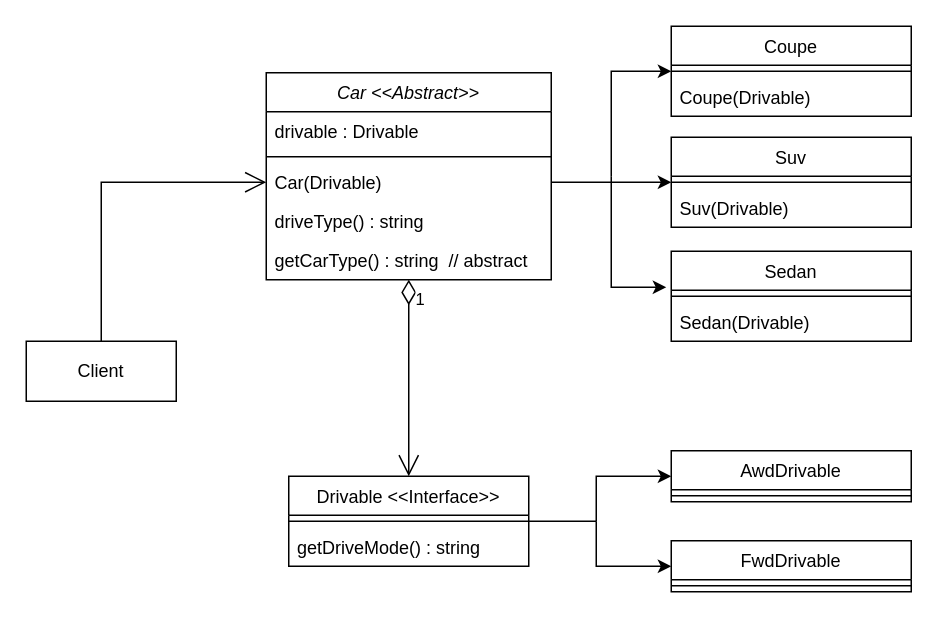
Earlier version of the draw.io diagram umls/Bridge.drawio (rishabmamgai/LLD). Source tidied: cells renumbered, new cells numbered last; positions are measured from the earlier drawing's top-left corner, leaving out a move shared by most shapes. Both pictures are drawn from the tidied source at 150%, with x=0, y=0 at pixel (26, 26).
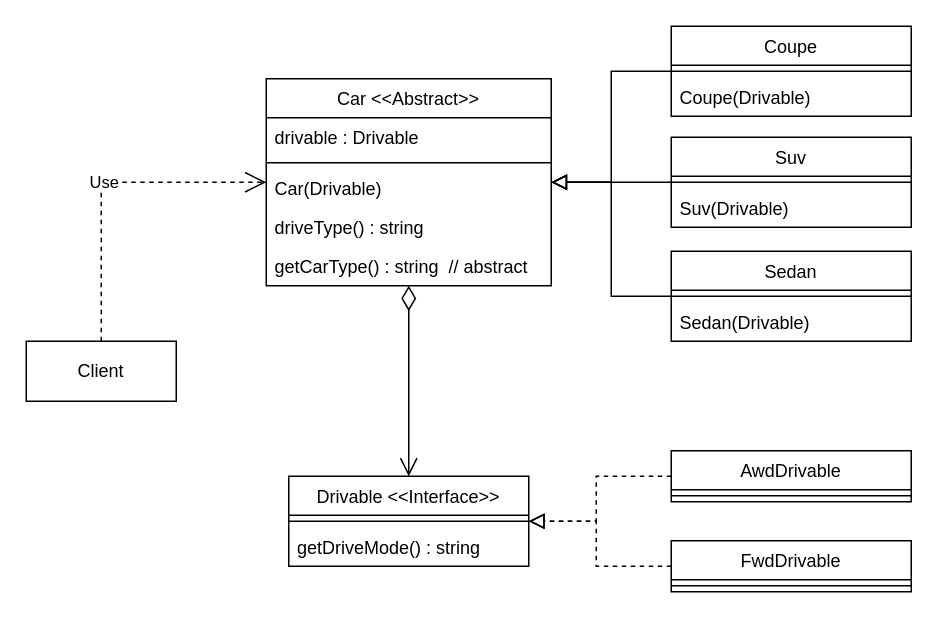
The same diagram, later.

The change refers to these unchanged cells:
```xml
<mxCell id="5" value="Car(Drivable)" style="text;align=left;verticalAlign=top;spacingLeft=4;spacingRight=4;overflow=hidden;points=[[0,0.5],[1,0.5]];portConstraint=eastwest;" parent="2" vertex="1">
  <mxGeometry y="60" width="190" height="26" as="geometry" />
</mxCell>
<mxCell id="8" value="Drivable &lt;&lt;Interface&gt;&gt;" style="swimlane;fontStyle=0;align=center;verticalAlign=top;horizontal=1;startSize=26;rounded=0;shadow=0;strokeWidth=1;" parent="1" vertex="1">
  <mxGeometry x="175" y="300" width="160" height="60" as="geometry" />
</mxCell>
<mxCell id="11" value="Coupe" style="swimlane;fontStyle=0;align=center;verticalAlign=top;horizontal=1;startSize=26;rounded=0;shadow=0;strokeWidth=1;" parent="1" vertex="1">
  <mxGeometry x="430" width="160" height="60" as="geometry" />
</mxCell>
<mxCell id="14" value="Suv" style="swimlane;fontStyle=0;align=center;verticalAlign=top;horizontal=1;startSize=26;rounded=0;shadow=0;strokeWidth=1;" parent="1" vertex="1">
  <mxGeometry x="430" y="74" width="160" height="60" as="geometry" />
</mxCell>
<mxCell id="17" value="Sedan" style="swimlane;fontStyle=0;align=center;verticalAlign=top;horizontal=1;startSize=26;rounded=0;shadow=0;strokeWidth=1;" parent="1" vertex="1">
  <mxGeometry x="430" y="150" width="160" height="60" as="geometry" />
</mxCell>
<mxCell id="23" value="AwdDrivable" style="swimlane;fontStyle=0;align=center;verticalAlign=top;horizontal=1;startSize=26;rounded=0;shadow=0;strokeWidth=1;" parent="1" vertex="1">
  <mxGeometry x="430" y="283" width="160" height="34" as="geometry" />
</mxCell>
<mxCell id="25" value="FwdDrivable" style="swimlane;fontStyle=0;align=center;verticalAlign=top;horizontal=1;startSize=26;rounded=0;shadow=0;strokeWidth=1;" parent="1" vertex="1">
  <mxGeometry x="430" y="343" width="160" height="34" as="geometry" />
</mxCell>
<mxCell id="31" value="Client" style="rounded=0;whiteSpace=wrap;html=1;" parent="1" vertex="1">
  <mxGeometry y="210" width="100" height="40" as="geometry" />
</mxCell>
```

The edit, as a diff of the source:
```diff
@@
-    <mxCell id="2" value="Car &lt;&lt;Abstract&gt;&gt;" style="swimlane;fontStyle=2;align=center;verticalAlign=top;horizontal=1;startSize=26;rounded=0;shadow=0;strokeWidth=1;" parent="1" vertex="1">
-      <mxGeometry x="160" y="31" width="190" height="138" as="geometry" />
+    <mxCell id="2" value="Car &lt;&lt;Abstract&gt;&gt;" style="swimlane;fontStyle=0;align=center;verticalAlign=top;horizontal=1;startSize=26;rounded=0;shadow=0;strokeWidth=1;" parent="1" vertex="1">
+      <mxGeometry x="160" y="35" width="190" height="138" as="geometry" />
     </mxCell>
@@
-    <mxCell id="20" style="endArrow=classic;html=1;rounded=0;entryX=0;entryY=0.5;entryDx=0;entryDy=0;exitX=1;exitY=0.5;exitDx=0;exitDy=0;" parent="1" edge="1" source="5" target="14">
-      <mxGeometry relative="1" as="geometry">
-        <Array as="points">
-          <mxPoint x="405" y="104" />
-        </Array>
-      </mxGeometry>
-    </mxCell>
-    <mxCell id="21" style="endArrow=classic;html=1;rounded=0;entryX=-0.021;entryY=0.4;entryDx=0;entryDy=0;entryPerimeter=0;" parent="1" edge="1" target="17">
-      <mxGeometry relative="1" as="geometry">
-        <mxPoint x="390" y="100" as="sourcePoint" />
-        <Array as="points">
-          <mxPoint x="390" y="174" />
-        </Array>
-      </mxGeometry>
-    </mxCell>
-    <mxCell id="22" style="endArrow=classic;html=1;rounded=0;entryX=0;entryY=0.5;entryDx=0;entryDy=0;" parent="1" edge="1" target="11">
-      <mxGeometry relative="1" as="geometry">
-        <mxPoint x="390" y="100" as="sourcePoint" />
-        <Array as="points">
-          <mxPoint x="390" y="30" />
-        </Array>
-      </mxGeometry>
-    </mxCell>
@@
-    <mxCell id="27" style="endArrow=classic;html=1;rounded=0;entryX=0;entryY=0.5;entryDx=0;entryDy=0;" parent="1" edge="1" target="25">
-      <mxGeometry relative="1" as="geometry">
-        <mxPoint x="380" y="330" as="sourcePoint" />
-        <Array as="points">
-          <mxPoint x="380" y="360" />
-        </Array>
-      </mxGeometry>
-    </mxCell>
-    <mxCell id="28" value="1" style="endArrow=open;html=1;endSize=12;startArrow=diamondThin;startSize=14;startFill=0;edgeStyle=orthogonalEdgeStyle;align=left;verticalAlign=top;rounded=0;entryX=0.5;entryY=0;entryDx=0;entryDy=0;exitX=0.5;exitY=1;exitDx=0;exitDy=0;fontSize=11;horizontal=1;" parent="1" edge="1" source="2" target="8">
+    <mxCell id="28" style="endArrow=open;html=1;endSize=10;startArrow=diamondThin;startSize=14;startFill=0;edgeStyle=orthogonalEdgeStyle;align=left;verticalAlign=top;rounded=0;entryX=0.5;entryY=0;entryDx=0;entryDy=0;exitX=0.5;exitY=1;exitDx=0;exitDy=0;fontSize=11;horizontal=1;" parent="1" edge="1" source="2" target="8">
       <mxGeometry x="-1" y="3" relative="1" as="geometry">
         <Array as="points">
           <mxPoint x="255" y="260" />
           <mxPoint x="255" y="260" />
         </Array>
       </mxGeometry>
     </mxCell>
-    <mxCell id="29" style="endArrow=none;html=1;rounded=0;exitX=1;exitY=0.5;exitDx=0;exitDy=0;" parent="1" edge="1" source="8">
-      <mxGeometry relative="1" as="geometry">
-        <mxPoint x="380" y="330" as="targetPoint" />
-      </mxGeometry>
-    </mxCell>
-    <mxCell id="30" style="endArrow=classic;html=1;rounded=0;entryX=0;entryY=0.5;entryDx=0;entryDy=0;" parent="1" edge="1" target="23">
-      <mxGeometry relative="1" as="geometry">
-        <mxPoint x="380" y="330" as="sourcePoint" />
-        <Array as="points">
-          <mxPoint x="380" y="300" />
-        </Array>
-      </mxGeometry>
-    </mxCell>
@@
-    <mxCell id="32" style="endArrow=open;endFill=1;endSize=12;html=1;rounded=0;entryX=0;entryY=0.5;entryDx=0;entryDy=0;exitX=0.5;exitY=0;exitDx=0;exitDy=0;" parent="1" edge="1" source="31" target="5">
-      <mxGeometry relative="1" as="geometry">
-        <Array as="points">
-          <mxPoint x="50" y="104" />
-        </Array>
-      </mxGeometry>
-    </mxCell>
+    <mxCell id="33" value="Use" style="endArrow=open;endSize=12;dashed=1;html=1;rounded=0;exitX=0.5;exitY=0;exitDx=0;exitDy=0;entryX=0;entryY=0.5;entryDx=0;entryDy=0;" parent="1" edge="1" source="31" target="2">
+      <mxGeometry relative="1" as="geometry">
+        <Array as="points">
+          <mxPoint x="50" y="104" />
+        </Array>
+      </mxGeometry>
+    </mxCell>
+    <mxCell id="34" style="endArrow=block;html=1;rounded=0;exitX=0;exitY=0.5;exitDx=0;exitDy=0;endSize=8;endFill=0;entryX=1;entryY=0.5;entryDx=0;entryDy=0;" parent="1" edge="1" source="11" target="2">
+      <mxGeometry relative="1" as="geometry">
+        <Array as="points">
+          <mxPoint x="390" y="30" />
+          <mxPoint x="390" y="104" />
+        </Array>
+      </mxGeometry>
+    </mxCell>
+    <mxCell id="35" style="endArrow=block;html=1;rounded=0;exitX=0;exitY=0.5;exitDx=0;exitDy=0;endSize=8;endFill=0;entryX=1;entryY=0.5;entryDx=0;entryDy=0;" parent="1" edge="1" source="17" target="2">
+      <mxGeometry relative="1" as="geometry">
+        <Array as="points">
+          <mxPoint x="390" y="180" />
+          <mxPoint x="390" y="104" />
+        </Array>
+      </mxGeometry>
+    </mxCell>
+    <mxCell id="36" style="endArrow=block;html=1;rounded=0;endSize=8;endFill=0;exitX=0;exitY=0.5;exitDx=0;exitDy=0;entryX=1;entryY=0.5;entryDx=0;entryDy=0;sourcePerimeterSpacing=0;" parent="1" edge="1" source="14" target="2">
+      <mxGeometry relative="1" as="geometry">
+        <Array as="points">
+          <mxPoint x="390" y="104" />
+        </Array>
+      </mxGeometry>
+    </mxCell>
+    <mxCell id="37" style="endArrow=block;html=1;rounded=0;exitX=0;exitY=0.5;exitDx=0;exitDy=0;dashed=1;endSize=8;endFill=0;entryX=1;entryY=0.5;entryDx=0;entryDy=0;" parent="1" edge="1" source="23" target="8">
+      <mxGeometry relative="1" as="geometry">
+        <Array as="points">
+          <mxPoint x="380" y="300" />
+          <mxPoint x="380" y="330" />
+        </Array>
+      </mxGeometry>
+    </mxCell>
+    <mxCell id="38" style="endArrow=block;html=1;rounded=0;exitX=0;exitY=0.5;exitDx=0;exitDy=0;dashed=1;endSize=8;endFill=0;entryX=1;entryY=0.5;entryDx=0;entryDy=0;" parent="1" edge="1" source="25" target="8">
+      <mxGeometry relative="1" as="geometry">
+        <Array as="points">
+          <mxPoint x="380" y="360" />
+          <mxPoint x="380" y="330" />
+        </Array>
+      </mxGeometry>
+    </mxCell>
```
